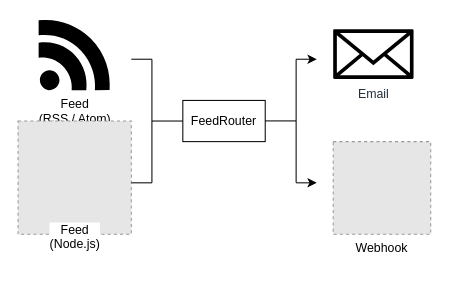
Above: resources/image001.drawio in kagasu/FeedRouter (draw.io), before the change. Source tidied: cells renumbered, new cells numbered last; positions are measured from the earlier drawing's top-left corner, leaving out a move shared by most shapes. Both pictures are drawn from the tidied source at 103%, with x=0, y=0 at pixel (18, 18). Pictures stored in the file or linked from it are replaced by grey dashed boxes.
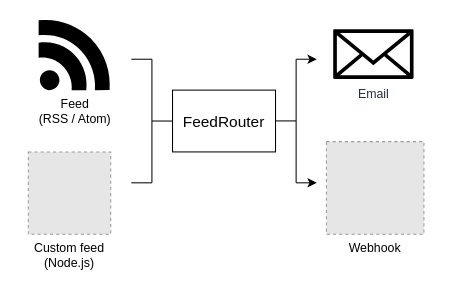
Above is the later version.

The edit, as a diff of the source:
```diff
@@
-    <mxCell id="3" value="Feed&lt;br&gt;(Node.js)" style="fillColor=#E6E6E6;strokeColor=#999999;dashed=1;html=1;verticalAlign=top;verticalLabelPosition=bottom;labelBackgroundColor=#ffffff;spacing=-16;" parent="1" vertex="1">
-      <mxGeometry y="100" width="110" height="110" as="geometry" />
-    </mxCell>
@@
     <mxCell id="5" value="Webhook" style="fillColor=#E6E6E6;strokeColor=#999999;dashed=1;verticalLabelPosition=bottom;labelBackgroundColor=#ffffff;verticalAlign=top;" parent="1" vertex="1">
-      <mxGeometry x="306" y="120" width="94.7" height="90" as="geometry" />
+      <mxGeometry x="299.4" y="120" width="94.7" height="90" as="geometry" />
     </mxCell>
-    <mxCell id="6" value="FeedRouter" style="rounded=0;whiteSpace=wrap;html=1;" parent="1" vertex="1">
-      <mxGeometry x="160" y="80" width="80" height="40" as="geometry" />
-    </mxCell>
@@
+    <mxCell id="15" value="Custom feed&#10;(Node.js)" style="fillColor=#E6E6E6;strokeColor=#999999;dashed=1;verticalLabelPosition=bottom;labelBackgroundColor=#ffffff;verticalAlign=top;" parent="1" vertex="1">
+      <mxGeometry x="10" y="130" width="80" height="80" as="geometry" />
+    </mxCell>
+    <mxCell id="6" value="FeedRouter" style="rounded=0;whiteSpace=wrap;html=1;fontSize=15;horizontal=1;" parent="1" vertex="1">
+      <mxGeometry x="150" y="70" width="100" height="60" as="geometry" />
+    </mxCell>
```
